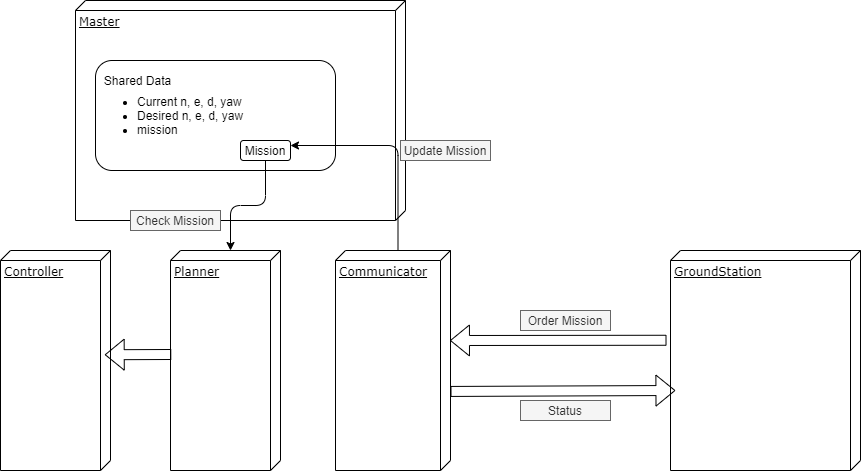
This is vbdc.png from sh-song/vision-based-drone-control, a draw.io export, as it was before one commit. Source tidied: cells renumbered, new cells last; positions are measured from the earlier drawing's top-left corner, leaving out a move shared by most shapes.
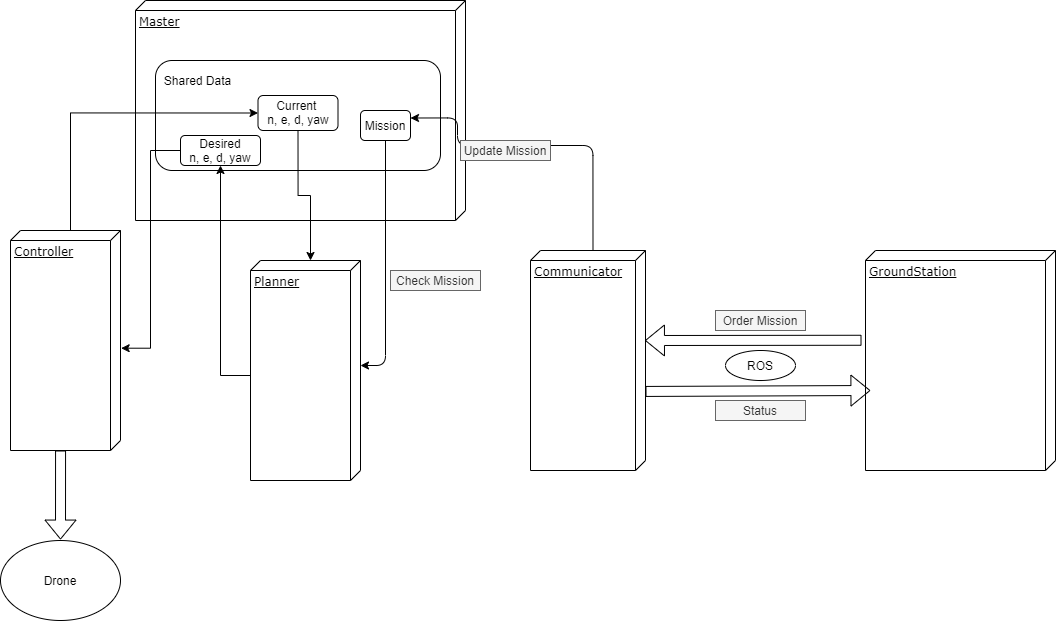
After the commit.

The edit, as a diff of the source:
```diff
@@ -3,67 +3,99 @@
     <mxCell id="0" />
     <mxCell id="1" parent="0" />
     <mxCell id="2" value="Controller" style="verticalAlign=top;align=left;spacingTop=8;spacingLeft=2;spacingRight=12;shape=cube;size=10;direction=south;fontStyle=4;html=1;rounded=0;shadow=0;comic=0;labelBackgroundColor=none;strokeWidth=1;fontFamily=Verdana;fontSize=12;" parent="1" vertex="1">
-      <mxGeometry y="250" width="110" height="220" as="geometry" />
+      <mxGeometry x="-10" y="230" width="110" height="220" as="geometry" />
     </mxCell>
     <mxCell id="3" value="Planner" style="verticalAlign=top;align=left;spacingTop=8;spacingLeft=2;spacingRight=12;shape=cube;size=10;direction=south;fontStyle=4;html=1;rounded=0;shadow=0;comic=0;labelBackgroundColor=none;strokeWidth=1;fontFamily=Verdana;fontSize=12;" parent="1" vertex="1">
-      <mxGeometry x="170" y="250" width="110" height="220" as="geometry" />
+      <mxGeometry x="230" y="260" width="110" height="220" as="geometry" />
     </mxCell>
     <mxCell id="4" value="Master" style="verticalAlign=top;align=left;spacingTop=8;spacingLeft=2;spacingRight=12;shape=cube;size=10;direction=south;fontStyle=4;html=1;rounded=0;shadow=0;comic=0;labelBackgroundColor=none;strokeWidth=1;fontFamily=Verdana;fontSize=12;" parent="1" vertex="1">
-      <mxGeometry x="75" width="330" height="220" as="geometry" />
+      <mxGeometry x="115" width="330" height="220" as="geometry" />
     </mxCell>
     <mxCell id="5" value="Communicator" style="verticalAlign=top;align=left;spacingTop=8;spacingLeft=2;spacingRight=12;shape=cube;size=10;direction=south;fontStyle=4;html=1;rounded=0;shadow=0;comic=0;labelBackgroundColor=none;strokeWidth=1;fontFamily=Verdana;fontSize=12;" parent="1" vertex="1">
-      <mxGeometry x="335" y="250" width="115" height="220" as="geometry" />
+      <mxGeometry x="510" y="250" width="115" height="220" as="geometry" />
     </mxCell>
     <mxCell id="6" value="GroundStation" style="verticalAlign=top;align=left;spacingTop=8;spacingLeft=2;spacingRight=12;shape=cube;size=10;direction=south;fontStyle=4;html=1;rounded=0;shadow=0;comic=0;labelBackgroundColor=none;strokeWidth=1;fontFamily=Verdana;fontSize=12;" parent="1" vertex="1">
-      <mxGeometry x="670" y="250" width="190" height="220" as="geometry" />
+      <mxGeometry x="845" y="250" width="190" height="220" as="geometry" />
     </mxCell>
-    <mxCell id="7" value="&lt;div style=&quot;text-align: justify&quot;&gt;&lt;ul&gt;&lt;li&gt;Current n, e, d, yaw&lt;/li&gt;&lt;li&gt;Desired n, e, d, yaw&lt;/li&gt;&lt;li&gt;mission&lt;/li&gt;&lt;/ul&gt;&lt;/div&gt;" style="rounded=1;whiteSpace=wrap;html=1;align=left;" parent="1" vertex="1">
-      <mxGeometry x="95" y="60" width="240" height="110" as="geometry" />
+    <mxCell id="7" value="&lt;div style=&quot;text-align: justify&quot;&gt;&lt;div&gt;&lt;br&gt;&lt;/div&gt;&lt;/div&gt;" style="rounded=1;whiteSpace=wrap;html=1;align=left;" parent="1" vertex="1">
+      <mxGeometry x="135" y="60" width="285" height="110" as="geometry" />
     </mxCell>
     <mxCell id="8" value="Shared Data" style="text;html=1;strokeColor=none;fillColor=none;align=center;verticalAlign=middle;whiteSpace=wrap;rounded=0;sketch=0;" parent="1" vertex="1">
-      <mxGeometry x="90" y="70" width="95" height="20" as="geometry" />
+      <mxGeometry x="130" y="70" width="95" height="20" as="geometry" />
     </mxCell>
     <mxCell id="9" value="Check Mission" style="rounded=0;whiteSpace=wrap;html=1;sketch=0;fillColor=#f5f5f5;strokeColor=#666666;fontColor=#333333;" parent="1" vertex="1">
-      <mxGeometry x="130" y="210" width="90" height="20" as="geometry" />
+      <mxGeometry x="370" y="270" width="90" height="20" as="geometry" />
     </mxCell>
     <mxCell id="10" value="Order Mission" style="rounded=0;whiteSpace=wrap;html=1;sketch=0;fillColor=#f5f5f5;strokeColor=#666666;fontColor=#333333;" parent="1" vertex="1">
-      <mxGeometry x="520" y="310" width="90" height="20" as="geometry" />
+      <mxGeometry x="695" y="310" width="90" height="20" as="geometry" />
     </mxCell>
     <mxCell id="11" value="Status" style="rounded=0;whiteSpace=wrap;html=1;sketch=0;fillColor=#f5f5f5;strokeColor=#666666;fontColor=#333333;" parent="1" vertex="1">
-      <mxGeometry x="520" y="400" width="90" height="20" as="geometry" />
+      <mxGeometry x="695" y="400" width="90" height="20" as="geometry" />
     </mxCell>
     <mxCell id="12" style="shape=flexArrow;endArrow=classic;html=1;entryX=0.473;entryY=0.974;entryDx=0;entryDy=0;entryPerimeter=0;" parent="1" edge="1">
       <mxGeometry relative="1" as="geometry">
-        <mxPoint x="450" y="390.9" as="sourcePoint" />
-        <mxPoint x="674.9" y="390" as="targetPoint" />
+        <mxPoint x="625" y="390.9" as="sourcePoint" />
+        <mxPoint x="849.9" y="390" as="targetPoint" />
       </mxGeometry>
     </mxCell>
     <mxCell id="13" style="shape=flexArrow;endArrow=classic;html=1;exitX=0.408;exitY=1.021;exitDx=0;exitDy=0;exitPerimeter=0;" parent="1" edge="1" source="6">
       <mxGeometry relative="1" as="geometry">
-        <mxPoint x="449.5" y="340" as="targetPoint" />
+        <mxPoint x="624.5" y="340" as="targetPoint" />
       </mxGeometry>
     </mxCell>
-    <mxCell id="14" style="edgeStyle=orthogonalEdgeStyle;curved=0;rounded=1;sketch=0;jettySize=auto;html=1;exitX=0.5;exitY=1;exitDx=0;exitDy=0;entryX=0;entryY=0;entryDx=0;entryDy=50;entryPerimeter=0;" parent="1" edge="1" source="15" target="3">
-      <mxGeometry relative="1" as="geometry" />
+    <mxCell id="14" style="edgeStyle=orthogonalEdgeStyle;curved=0;rounded=1;sketch=0;jettySize=auto;html=1;exitX=0.5;exitY=1;exitDx=0;exitDy=0;entryX=0;entryY=0;entryDx=105;entryDy=0;entryPerimeter=0;" parent="1" edge="1" source="15" target="3">
+      <mxGeometry relative="1" as="geometry">
+        <Array as="points">
+          <mxPoint x="365" y="365" />
+        </Array>
+      </mxGeometry>
     </mxCell>
     <mxCell id="15" value="Mission" style="rounded=1;whiteSpace=wrap;html=1;sketch=0;" parent="1" vertex="1">
-      <mxGeometry x="240" y="140" width="50" height="20" as="geometry" />
+      <mxGeometry x="340" y="110" width="50" height="30" as="geometry" />
     </mxCell>
     <mxCell id="16" style="edgeStyle=orthogonalEdgeStyle;curved=0;rounded=1;sketch=0;jettySize=auto;html=1;exitX=0;exitY=0;exitDx=0;exitDy=52.5;exitPerimeter=0;entryX=1;entryY=0.25;entryDx=0;entryDy=0;" parent="1" edge="1" source="5" target="15">
       <mxGeometry relative="1" as="geometry">
         <Array as="points">
-          <mxPoint x="397" y="145" />
+          <mxPoint x="437" y="145" />
         </Array>
       </mxGeometry>
     </mxCell>
     <mxCell id="17" value="Update Mission" style="rounded=0;whiteSpace=wrap;html=1;sketch=0;fillColor=#f5f5f5;strokeColor=#666666;fontColor=#333333;" parent="1" vertex="1">
-      <mxGeometry x="400" y="140" width="90" height="20" as="geometry" />
+      <mxGeometry x="440" y="140" width="90" height="20" as="geometry" />
     </mxCell>
-    <mxCell id="18" style="shape=flexArrow;endArrow=classic;html=1;" parent="1" edge="1">
-      <mxGeometry relative="1" as="geometry">
-        <mxPoint x="170.8" y="354" as="sourcePoint" />
-        <mxPoint x="104.2" y="354.2" as="targetPoint" />
-      </mxGeometry>
-    </mxCell>
+    <mxCell id="19" style="edgeStyle=orthogonalEdgeStyle;rounded=0;jettySize=auto;html=1;exitX=0.5;exitY=1;exitDx=0;exitDy=0;entryX=0;entryY=0;entryDx=0;entryDy=50;entryPerimeter=0;" parent="1" edge="1" source="20" target="3">
+      <mxGeometry relative="1" as="geometry" />
+    </mxCell>
+    <mxCell id="20" value="Current &lt;br&gt;n, e, d, yaw" style="rounded=1;whiteSpace=wrap;html=1;sketch=0;" parent="1" vertex="1">
+      <mxGeometry x="237.5" y="95" width="80" height="35" as="geometry" />
+    </mxCell>
+    <mxCell id="21" style="edgeStyle=orthogonalEdgeStyle;rounded=0;jettySize=auto;html=1;exitX=0;exitY=0.5;exitDx=0;exitDy=0;entryX=0.535;entryY=-0.006;entryDx=0;entryDy=0;entryPerimeter=0;" parent="1" edge="1" source="22" target="2">
+      <mxGeometry relative="1" as="geometry" />
+    </mxCell>
+    <mxCell id="22" value="Desired&lt;br&gt;n, e, d, yaw" style="rounded=1;whiteSpace=wrap;html=1;sketch=0;" parent="1" vertex="1">
+      <mxGeometry x="160" y="135" width="80" height="30" as="geometry" />
+    </mxCell>
+    <mxCell id="23" style="edgeStyle=orthogonalEdgeStyle;rounded=0;jettySize=auto;html=1;exitX=0;exitY=0;exitDx=115;exitDy=110;exitPerimeter=0;entryX=0.5;entryY=1;entryDx=0;entryDy=0;" parent="1" edge="1" source="3" target="22">
+      <mxGeometry relative="1" as="geometry">
+        <Array as="points">
+          <mxPoint x="200" y="375" />
+        </Array>
+      </mxGeometry>
+    </mxCell>
+    <mxCell id="24" style="shape=flexArrow;endArrow=classic;html=1;" parent="1" edge="1">
+      <mxGeometry relative="1" as="geometry">
+        <mxPoint x="40.1" y="450" as="sourcePoint" />
+        <mxPoint x="40" y="539.1" as="targetPoint" />
+      </mxGeometry>
+    </mxCell>
+    <mxCell id="25" value="Drone" style="ellipse;whiteSpace=wrap;html=1;" parent="1" vertex="1">
+      <mxGeometry x="-20" y="540" width="120" height="80" as="geometry" />
+    </mxCell>
+    <mxCell id="26" style="edgeStyle=orthogonalEdgeStyle;rounded=0;jettySize=auto;html=1;exitX=0;exitY=0;exitDx=0;exitDy=50;exitPerimeter=0;entryX=0;entryY=0.5;entryDx=0;entryDy=0;" parent="1" edge="1" source="2" target="20">
+      <mxGeometry relative="1" as="geometry" />
+    </mxCell>
+    <mxCell id="27" value="ROS" style="ellipse;whiteSpace=wrap;html=1;" parent="1" vertex="1">
+      <mxGeometry x="705" y="350" width="70" height="30" as="geometry" />
+    </mxCell>
   </root>
 </mxGraphModel>
```
